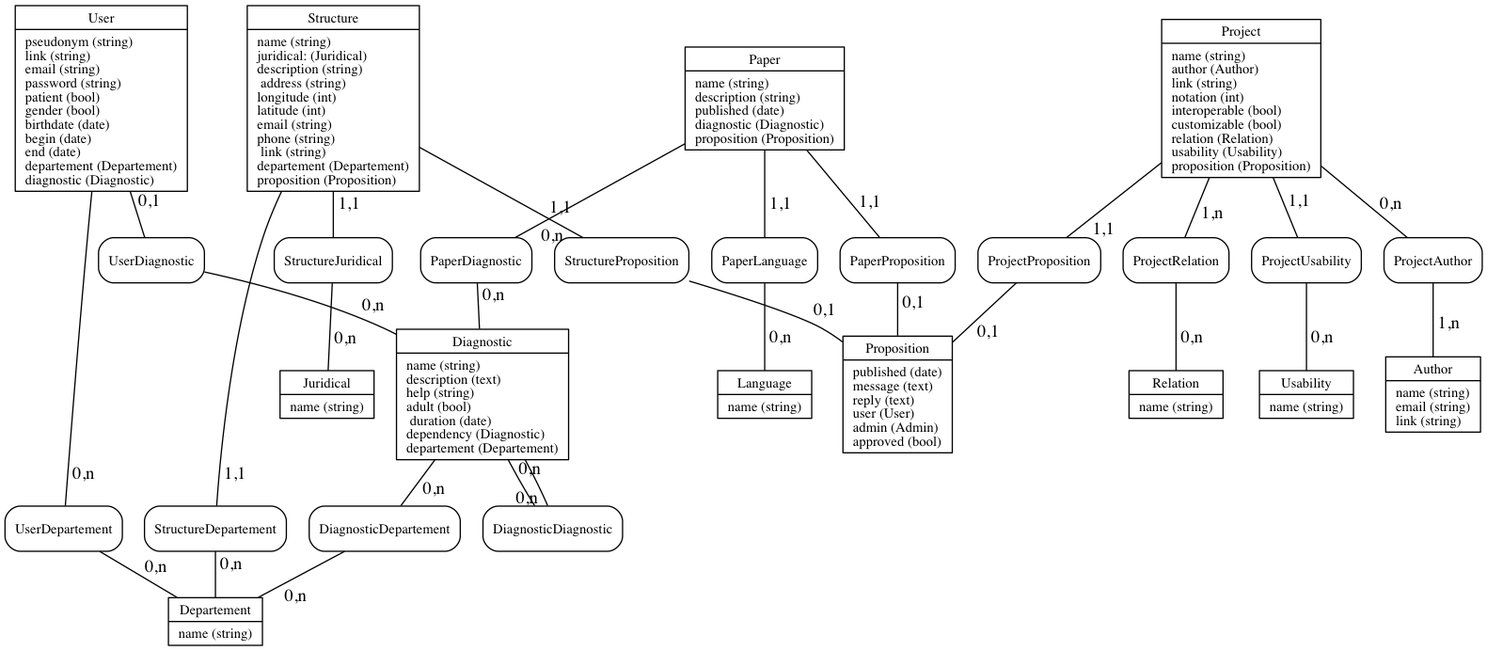
The Graphviz diagram mcd.png in adjivas/site-ref, before a commit. Its source is kept beside it as mcd.dot.
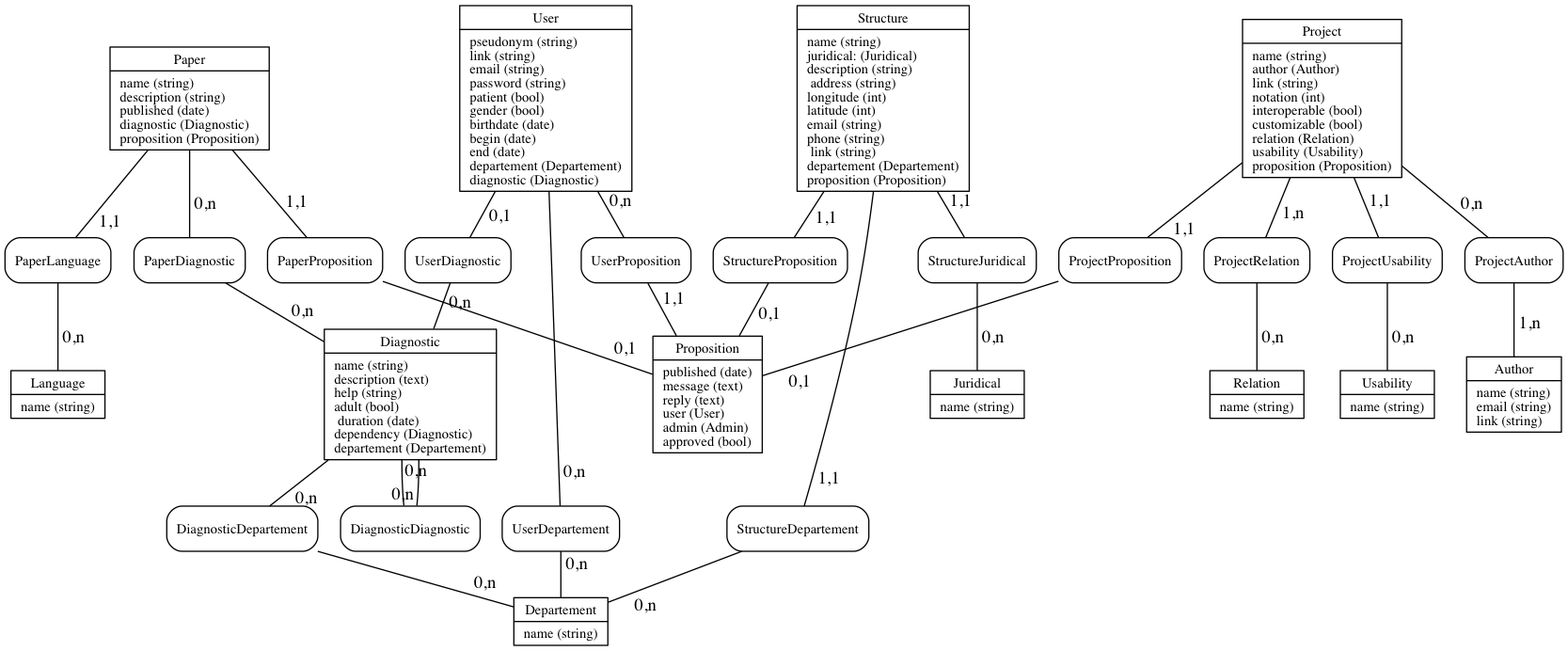
Above is the later version.

Commit message:
add relation UserProposition

What changed in the source:
```diff
@@ -21,12 +21,12 @@
 				name (string)\l
 				juridical: (Juridical)\l
 				description (string)\l
-                                address (string)\l
+                address (string)\l
 				longitude (int)\l
 				latitude (int)\l
 				email (string)\l
 				phone (string)\l
-                                link (string)\l
+                link (string)\l
 				departement (Departement)\l
 				proposition (Proposition)\l
 	}", shape=record];
@@ -137,6 +137,7 @@
 	nodeRelationUserDepartement [label = "{UserDepartement}", shape = Mrecord];
 	nodeRelationUserDiagnostic [label = "{UserDiagnostic}", shape = Mrecord];
 	nodeRelationPaperLanguage [label = "{PaperLanguage}", shape = Mrecord];
+	nodeRelationUserProposition [label = "{UserProposition}", shape = Mrecord];
 
 
 	nodeTablePaper -- nodeRelationPaperDiagnostic [headlabel = "0,n", labeldistance = 3];
@@ -167,4 +168,6 @@
 	nodeRelationUserDepartement -- nodeTableDepartement [headlabel = "0,n", labeldistance = 3];
 	nodeTableUser -- nodeRelationUserDiagnostic [headlabel = "0,1", labeldistance = 3];
 	nodeRelationUserDiagnostic -- nodeTableDiagnostic [headlabel = "0,n", labeldistance = 3];
+	nodeTableUser -- nodeRelationUserProposition [headlabel = "0,n", labeldistance = 3];
+	nodeRelationUserProposition -- nodeTableProposition [headlabel = "1,1", labeldistance = 3];
 }
```
